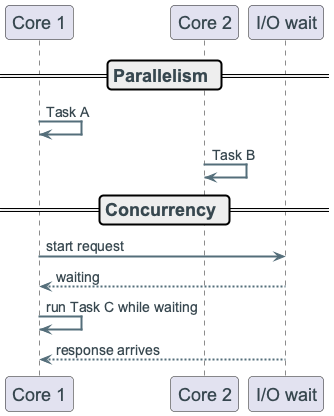
Before: diagrams/week03/week3_parallelism_concurrency_timeline.png, a diagram exported from PlantUML (OrPerets/data-engineering-course).
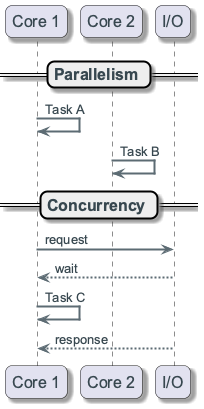
After the change.

What changed in the source:
```diff
@@ -1,18 +1,19 @@
 @startuml
 !include ../_template_styles.puml
+!include _week3_visual_style.puml
 
 participant "Core 1" as C1
 participant "Core 2" as C2
-participant "I/O wait" as IO
+participant "I/O" as IO
 
 == Parallelism ==
 C1 -> C1 : Task A
 C2 -> C2 : Task B
 
 == Concurrency ==
-C1 -> IO : start request
-IO --> C1 : waiting
-C1 -> C1 : run Task C while waiting
-IO --> C1 : response arrives
+C1 -> IO : request
+IO --> C1 : wait
+C1 -> C1 : Task C
+IO --> C1 : response
 
 @enduml
```
